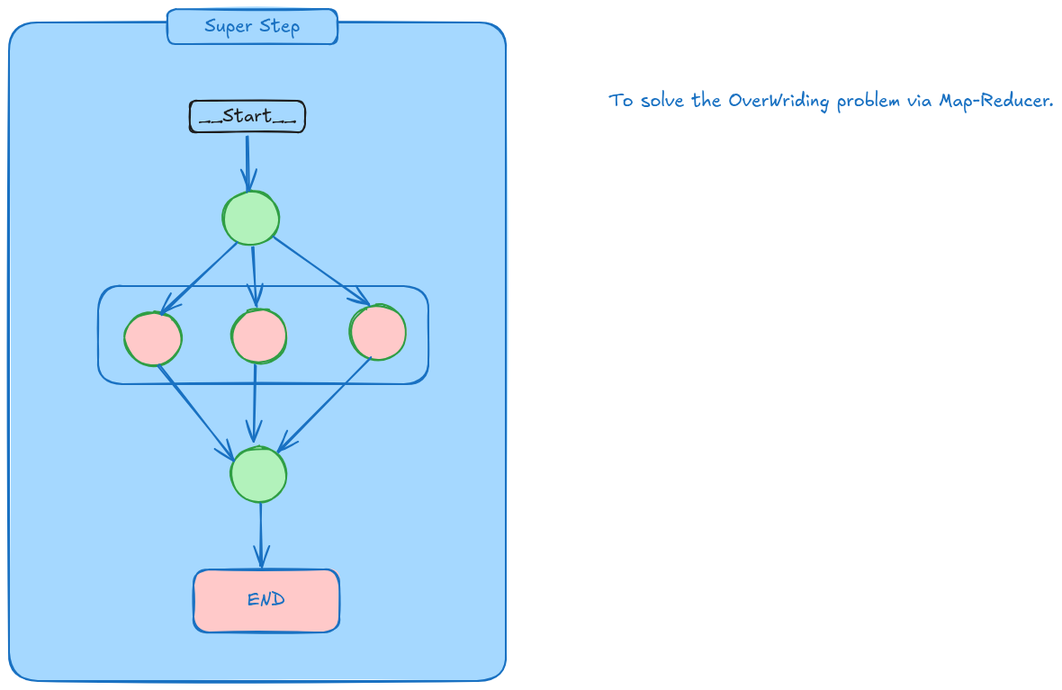
AIXerum/End-to-End-Agentic-AI-Automation-Lab keeps this Excalidraw diagram as 3.5-Quickstart-LangGraph-v.1.2/note.excalidraw.png. Above is the earlier version. Source tidied: one line per element, renumbered; positions are measured from the earlier drawing's top-left corner, leaving out a move shared by most shapes. Source of this version:
```json
{"id": 0, "type": "rectangle", "strokeColor": "#1971c2", "backgroundColor": "#a5d8ff", "fillStyle": "solid", "strokeWidth": 2, "roughness": 1, "round": true, "x": 0, "y": 15, "width": 552, "height": 732}
{"id": 1, "type": "rectangle", "strokeColor": "#1e1e1e", "strokeWidth": 2, "roughness": 1, "round": true, "x": 201, "y": 102, "width": 128, "height": 35}
{"id": 2, "type": "text", "text": "__Start__", "strokeColor": "#1e1e1e", "strokeWidth": 2, "roughness": 1, "fontSize": 20, "fontFamily": 5, "textAlign": "center", "verticalAlign": "middle", "inside": 1, "x": 211, "y": 107, "width": 109, "height": 25}
{"id": 3, "type": "ellipse", "strokeColor": "#2f9e44", "backgroundColor": "#b2f2bb", "fillStyle": "solid", "strokeWidth": 2, "roughness": 1, "round": true, "x": 238, "y": 202, "width": 62, "height": 61}
{"id": 4, "type": "ellipse", "strokeColor": "#2f9e44", "backgroundColor": "#ffc9c9", "fillStyle": "solid", "strokeWidth": 2, "roughness": 1, "round": true, "x": 129, "y": 336, "width": 62, "height": 61}
{"id": 5, "type": "ellipse", "strokeColor": "#2f9e44", "backgroundColor": "#ffc9c9", "fillStyle": "solid", "strokeWidth": 2, "roughness": 1, "round": true, "x": 247, "y": 333, "width": 62, "height": 61}
{"id": 6, "type": "ellipse", "strokeColor": "#2f9e44", "backgroundColor": "#ffc9c9", "fillStyle": "solid", "strokeWidth": 2, "roughness": 1, "round": true, "x": 379, "y": 329, "width": 62, "height": 61}
{"id": 7, "type": "ellipse", "strokeColor": "#2f9e44", "backgroundColor": "#b2f2bb", "fillStyle": "solid", "strokeWidth": 2, "roughness": 1, "round": true, "x": 246, "y": 487, "width": 62, "height": 61}
{"id": 8, "type": "rectangle", "strokeColor": "#1971c2", "strokeWidth": 2, "roughness": 1, "round": true, "x": 99, "y": 308, "width": 367, "height": 109}
{"id": 9, "type": "arrow", "strokeColor": "#1971c2", "backgroundColor": "#ffc9c9", "fillStyle": "solid", "strokeWidth": 2, "roughness": 1, "endArrowhead": "arrow", "round": true, "from": 1, "to": 3, "x": 265, "y": 141, "width": 0, "height": 62, "points": [[0, 0], [0, 62]]}
{"id": 10, "type": "arrow", "strokeColor": "#1971c2", "backgroundColor": "#ffc9c9", "fillStyle": "solid", "strokeWidth": 2, "roughness": 1, "endArrowhead": "arrow", "round": true, "from": 3, "to": 4, "x": 253, "y": 260, "width": 83, "height": 80, "points": [[0, 0], [-83, 80]]}
{"id": 11, "type": "arrow", "strokeColor": "#1971c2", "backgroundColor": "#ffc9c9", "fillStyle": "solid", "strokeWidth": 2, "roughness": 1, "endArrowhead": "arrow", "round": true, "from": 3, "to": 8, "x": 271, "y": 264, "width": 5, "height": 66, "points": [[0, 0], [5, 66]]}
{"id": 12, "type": "arrow", "strokeColor": "#1971c2", "backgroundColor": "#ffc9c9", "fillStyle": "solid", "strokeWidth": 2, "roughness": 1, "endArrowhead": "arrow", "round": true, "from": 3, "to": 8, "x": 294, "y": 254, "width": 106, "height": 75, "points": [[0, 0], [106, 75]]}
{"id": 13, "type": "arrow", "strokeColor": "#1971c2", "backgroundColor": "#ffc9c9", "fillStyle": "solid", "strokeWidth": 2, "roughness": 1, "endArrowhead": "arrow", "round": true, "from": 6, "to": 7, "x": 402, "y": 388, "width": 103, "height": 104, "points": [[0, 0], [-103, 104]]}
{"id": 14, "type": "arrow", "strokeColor": "#1971c2", "backgroundColor": "#ffc9c9", "fillStyle": "solid", "strokeWidth": 2, "roughness": 1, "endArrowhead": "arrow", "round": true, "from": 8, "to": 7, "x": 274, "y": 397, "width": 3, "height": 84, "points": [[0, 0], [-3, 84]]}
{"id": 15, "type": "arrow", "strokeColor": "#1971c2", "backgroundColor": "#ffc9c9", "fillStyle": "solid", "strokeWidth": 2, "roughness": 1, "endArrowhead": "arrow", "round": true, "from": 8, "to": 7, "x": 166, "y": 397, "width": 84, "height": 105, "points": [[0, 0], [84, 105]]}
{"id": 16, "type": "rectangle", "strokeColor": "#1971c2", "backgroundColor": "#ffc9c9", "fillStyle": "solid", "strokeWidth": 2, "roughness": 1, "round": true, "x": 205, "y": 623, "width": 162, "height": 70}
{"id": 17, "type": "text", "text": "END", "strokeColor": "#1971c2", "backgroundColor": "#ffc9c9", "fillStyle": "solid", "strokeWidth": 2, "roughness": 1, "fontSize": 20, "fontFamily": 5, "textAlign": "center", "verticalAlign": "middle", "inside": 16, "x": 265, "y": 646, "width": 42, "height": 25}
{"id": 18, "type": "arrow", "strokeColor": "#1971c2", "backgroundColor": "#ffc9c9", "fillStyle": "solid", "strokeWidth": 2, "roughness": 1, "endArrowhead": "arrow", "round": true, "from": 7, "to": 16, "x": 279, "y": 551, "width": 1, "height": 68, "points": [[0, 0], [1, 68]]}
{"id": 19, "type": "rectangle", "strokeColor": "#1971c2", "backgroundColor": "#a5d8ff", "fillStyle": "solid", "strokeWidth": 2, "roughness": 1, "round": true, "x": 176, "y": 0, "width": 189, "height": 39}
{"id": 20, "type": "text", "text": "Super Step", "strokeColor": "#1971c2", "backgroundColor": "#a5d8ff", "fillStyle": "solid", "strokeWidth": 2, "roughness": 1, "fontSize": 20, "fontFamily": 5, "textAlign": "center", "verticalAlign": "middle", "inside": 19, "x": 217, "y": 7, "width": 106, "height": 25}
{"id": 21, "type": "text", "text": "To solve the OverWriding problem via Map-Reducer.", "strokeColor": "#1971c2", "backgroundColor": "#a5d8ff", "fillStyle": "solid", "strokeWidth": 2, "roughness": 1, "fontSize": 20, "fontFamily": 5, "x": 666, "y": 90, "width": 494, "height": 25}
```
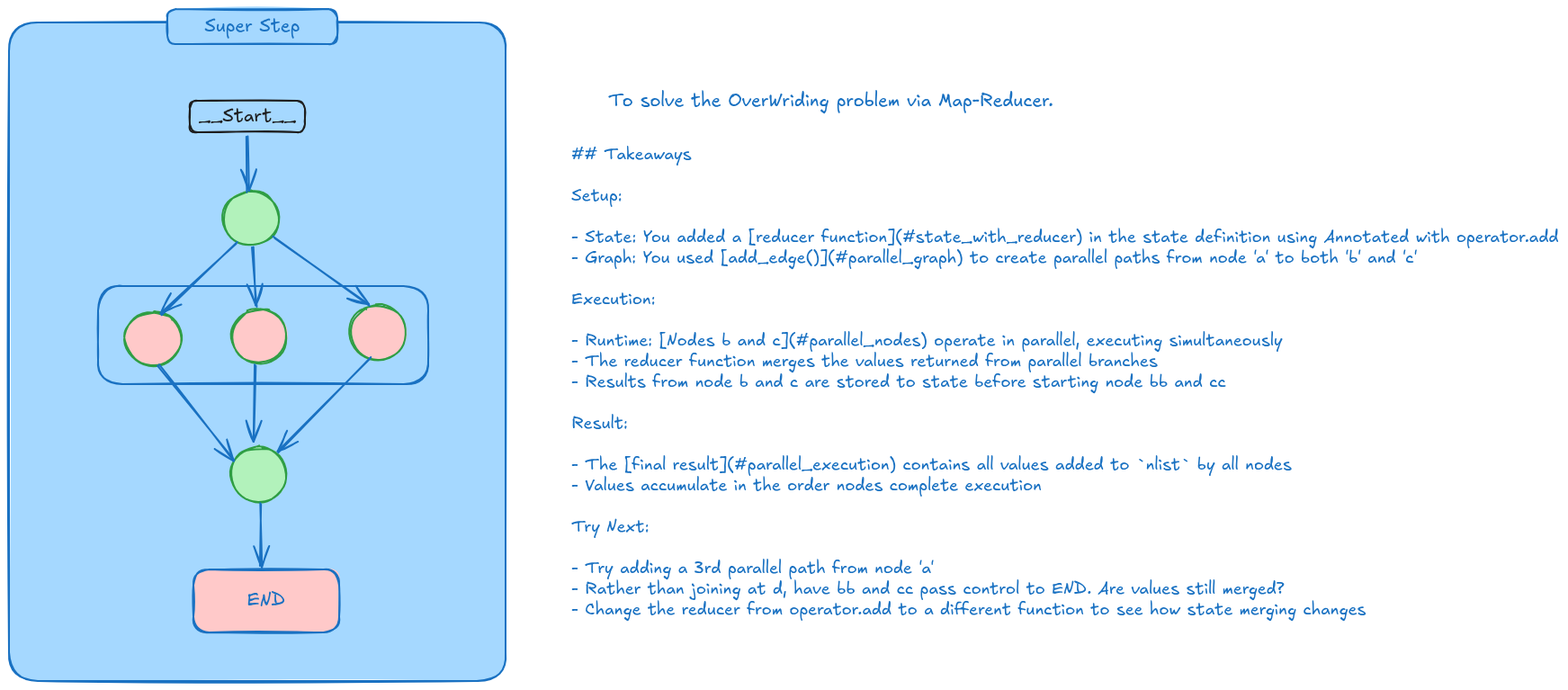
After the commit.

Commit message:
add parallel executions note

What changed in the source:
```diff
@@ -20,3 +20,4 @@
 {"id": 19, "type": "rectangle", "strokeColor": "#1971c2", "backgroundColor": "#a5d8ff", "fillStyle": "solid", "strokeWidth": 2, "roughness": 1, "round": true, "x": 176, "y": 0, "width": 189, "height": 39}
 {"id": 20, "type": "text", "text": "Super Step", "strokeColor": "#1971c2", "backgroundColor": "#a5d8ff", "fillStyle": "solid", "strokeWidth": 2, "roughness": 1, "fontSize": 20, "fontFamily": 5, "textAlign": "center", "verticalAlign": "middle", "inside": 19, "x": 217, "y": 7, "width": 106, "height": 25}
 {"id": 21, "type": "text", "text": "To solve the OverWriding problem via Map-Reducer.", "strokeColor": "#1971c2", "backgroundColor": "#a5d8ff", "fillStyle": "solid", "strokeWidth": 2, "roughness": 1, "fontSize": 20, "fontFamily": 5, "x": 666, "y": 90, "width": 494, "height": 25}
+{"id": 22, "type": "text", "text": "## Takeaways\n\nSetup:\n\n- State: You added a [reducer function](#state_with_reducer) in the state definition using Annotated with operator.add\n- Graph: You used [add_edge()](#parallel_graph) to create parallel paths from node 'a' to both 'b' and 'c'\n\nExecution:\n\n- Runtime: [Nodes b and c](#parallel_nodes) operate in parallel, executing simultaneously\n- The reducer function merges the values returned from parallel branches\n- Results from node b and c are stored to state before starting node bb and cc\n\nResult:\n\n- The [final result](#parallel_execution) contains all values added to `nlist` by all nodes\n- Values accumulate in the order nodes complete execution\n\nTry Next:\n\n- Try adding a 3rd parallel path from node 'a'\n- Rather than joining at d, have bb and cc pass control to END. Are values still merged?\n- Change the reducer from operator.add to a different function to see how state merging changes", "strokeColor": "#1971c2", "backgroundColor": "#a5d8ff", "fillStyle": "solid", "strokeWidth": 2, "roughness": 1, "fontSize": 18.41, "fontFamily": 5, "x": 625, "y": 151, "width": 1098, "height": 529}
```
